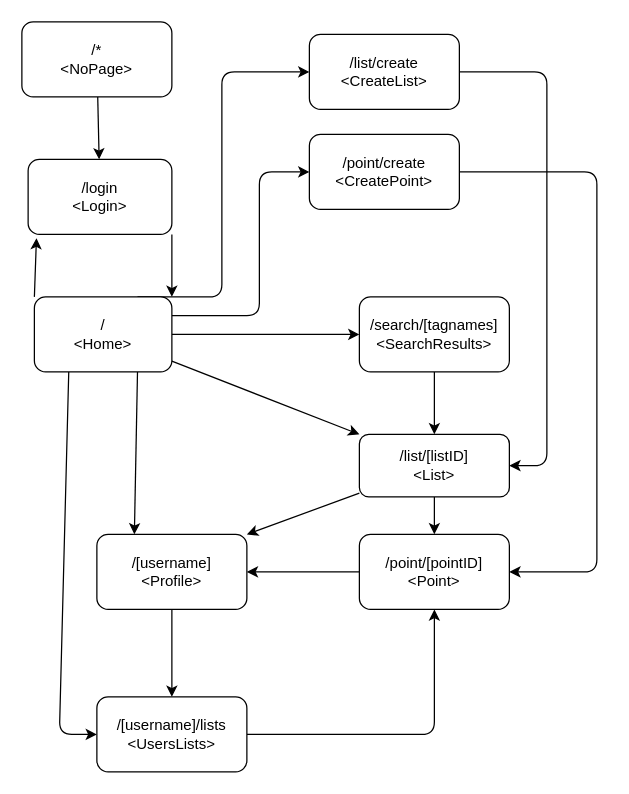
Above: planning/FEDiagrams/pages/routes.drawio in kostasx/geopoints (draw.io), before the change. Source tidied: cells renumbered, new cells numbered last; positions are measured from the earlier drawing's top-left corner, leaving out a move shared by most shapes. Both pictures are drawn from the tidied source at 125%, with x=0, y=0 at pixel (21, 21).
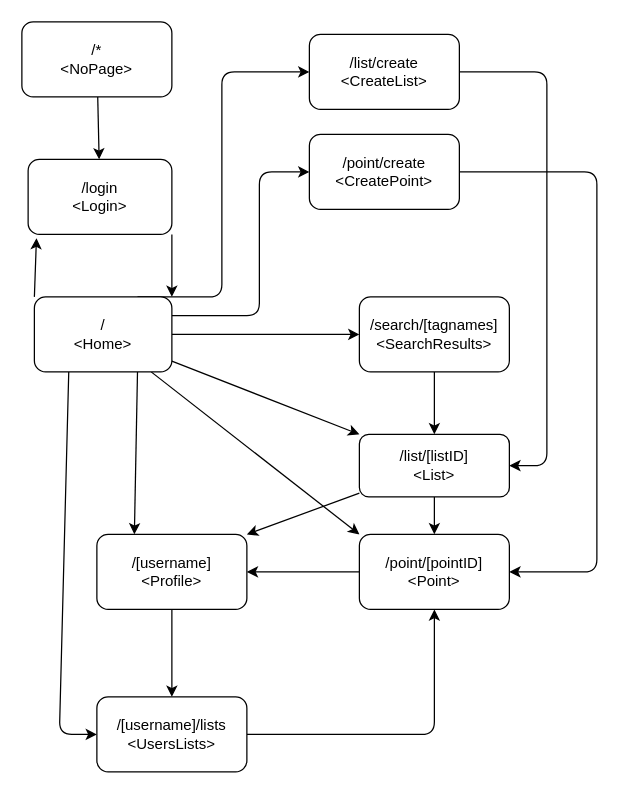
After the change.

The change refers to these unchanged cells:
```xml
<mxCell id="9" value="/&lt;br&gt;&amp;lt;Home&amp;gt;" style="rounded=1;whiteSpace=wrap;html=1;" parent="1" vertex="1">
  <mxGeometry x="10" y="220" width="110" height="60" as="geometry" />
</mxCell>
<mxCell id="15" value="/point/[pointID]&lt;br&gt;&amp;lt;Point&amp;gt;" style="rounded=1;whiteSpace=wrap;html=1;" parent="1" vertex="1">
  <mxGeometry x="270" y="410" width="120" height="60" as="geometry" />
</mxCell>
```

Diff of the diagram source:
```diff
@@
+    <mxCell id="29" style="edgeStyle=none;html=1;entryX=0;entryY=0;entryDx=0;entryDy=0;" parent="1" edge="1" source="9" target="15">
+      <mxGeometry relative="1" as="geometry" />
+    </mxCell>
```
